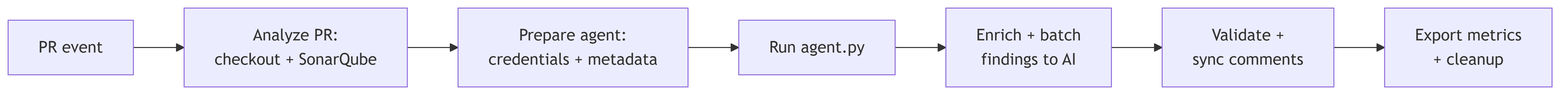
Earlier version of the Mermaid export docs/Diagrams/pipeline/Pipeline.png (medinafdzz/CodeGuardian). Its source is kept beside it as docs/Diagrams/pipeline/pipeline.mmd. Source of this version:
```mermaid
flowchart LR
    A[PR event] --> B[Analyze PR:<br/>checkout + SonarQube]
    B --> C[Prepare agent:<br/>credentials + metadata]
    C --> D[Run agent.py]
    D --> E[Enrich + batch<br/>findings to AI]
    E --> F[Validate +<br/>sync comments]
    F --> G[Export metrics<br/>+ cleanup]
```
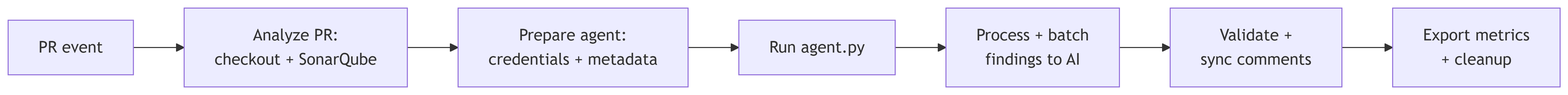
After the commit.

The edit, as a diff of the source:
```diff
@@ -2,6 +2,6 @@
     A[PR event] --> B[Analyze PR:<br/>checkout + SonarQube]
     B --> C[Prepare agent:<br/>credentials + metadata]
     C --> D[Run agent.py]
-    D --> E[Enrich + batch<br/>findings to AI]
+    D --> E[Process + batch<br/>findings to AI]
     E --> F[Validate +<br/>sync comments]
     F --> G[Export metrics<br/>+ cleanup]
```
